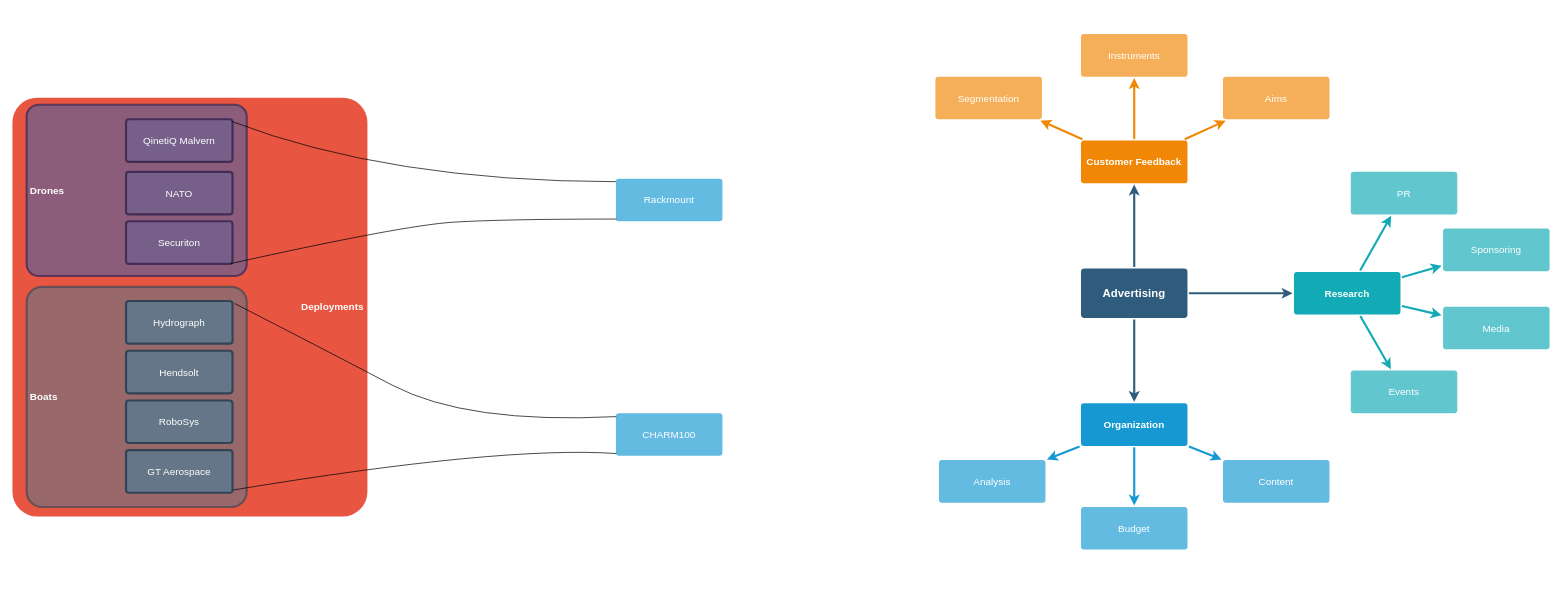
Before: ai_roadmap_mindmap.drawio in mj8ac/hello-world, a draw.io diagram. Source tidied: cells renumbered, new cells numbered last; positions are measured from the earlier drawing's top-left corner, leaving out a move shared by most shapes. Both pictures are drawn from the tidied source at 71%, with x=0, y=0 at pixel (12, 33).
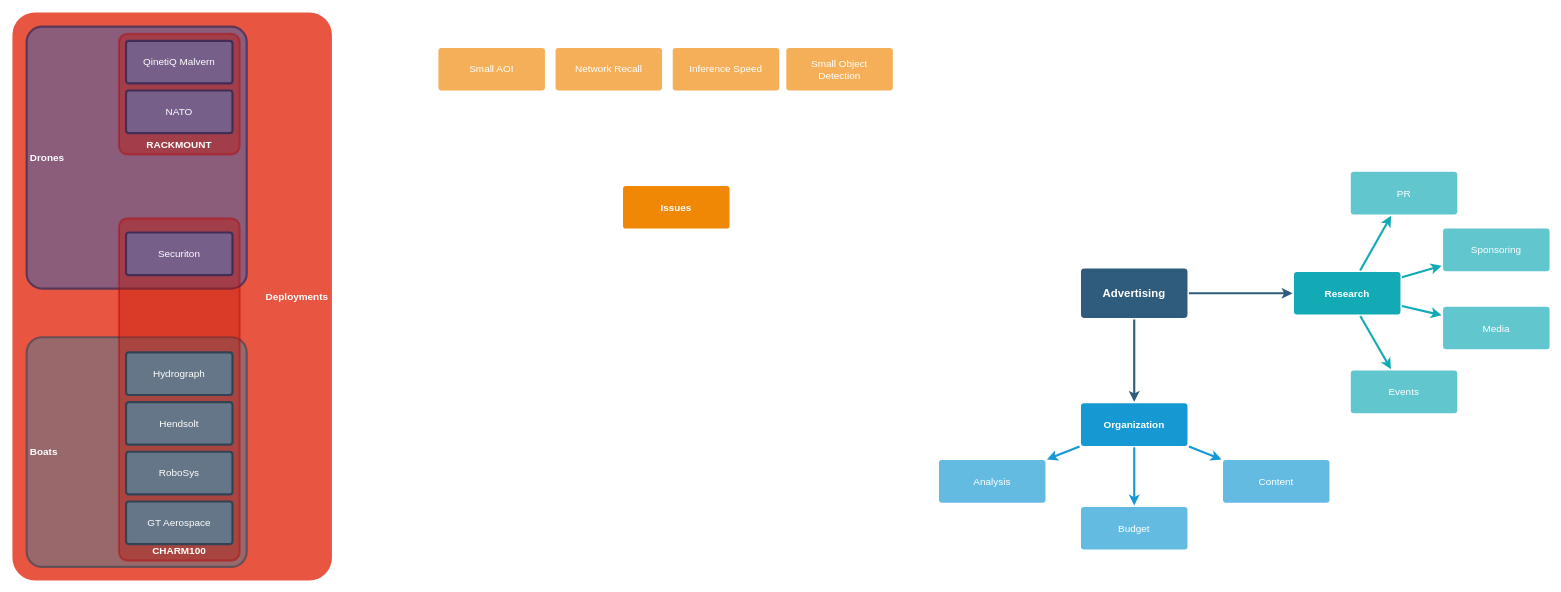
The same diagram, later.

The change refers to these unchanged cells:
```xml
<mxCell id="5" value="Advertising" style="rounded=1;whiteSpace=wrap;html=1;shadow=0;labelBackgroundColor=none;strokeColor=none;strokeWidth=3;fillColor=#2F5B7C;fontFamily=Helvetica;fontSize=16;fontColor=#FFFFFF;align=center;fontStyle=1;spacing=5;arcSize=7;perimeterSpacing=2;" parent="1" vertex="1">
  <mxGeometry x="1505" y="330.5" width="150" height="70" as="geometry" />
</mxCell>
```

The edit, as a diff of the source:
```diff
@@
-    <mxCell id="2" style="edgeStyle=none;rounded=0;jumpStyle=none;html=1;shadow=0;labelBackgroundColor=none;startArrow=none;startFill=0;endArrow=classic;endFill=1;jettySize=auto;strokeColor=#2F5B7C;strokeWidth=3;fontFamily=Helvetica;fontSize=16;fontColor=#23445D;spacing=5;" parent="1" edge="1" source="5" target="14">
-      <mxGeometry relative="1" as="geometry" />
-    </mxCell>
@@
     <mxCell id="6" value="Deployments" style="rounded=1;whiteSpace=wrap;html=1;shadow=0;labelBackgroundColor=none;strokeColor=none;strokeWidth=3;fillColor=#e85642;fontFamily=Helvetica;fontSize=14;fontColor=#FFFFFF;align=right;spacing=5;fontStyle=1;arcSize=7;perimeterSpacing=2;" parent="1" vertex="1">
-      <mxGeometry y="90" width="500" height="590" as="geometry" />
+      <mxGeometry y="-30" width="450" height="800" as="geometry" />
     </mxCell>
@@
-    <mxCell id="14" value="Customer Feedback" style="rounded=1;whiteSpace=wrap;html=1;shadow=0;labelBackgroundColor=none;strokeColor=none;strokeWidth=3;fillColor=#F08705;fontFamily=Helvetica;fontSize=14;fontColor=#FFFFFF;align=center;spacing=5;fontStyle=1;arcSize=7;perimeterSpacing=2;" parent="1" vertex="1">
-      <mxGeometry x="1505" y="150.5" width="150" height="60" as="geometry" />
+    <mxCell id="14" value="Issues" style="rounded=1;whiteSpace=wrap;html=1;shadow=0;labelBackgroundColor=none;strokeColor=none;strokeWidth=3;fillColor=#F08705;fontFamily=Helvetica;fontSize=14;fontColor=#FFFFFF;align=center;spacing=5;fontStyle=1;arcSize=7;perimeterSpacing=2;" parent="1" vertex="1">
+      <mxGeometry x="860" y="214.5" width="150" height="60" as="geometry" />
     </mxCell>
-    <mxCell id="15" value="Aims&lt;br&gt;" style="rounded=1;whiteSpace=wrap;html=1;shadow=0;labelBackgroundColor=none;strokeColor=none;strokeWidth=3;fillColor=#f5af58;fontFamily=Helvetica;fontSize=14;fontColor=#FFFFFF;align=center;spacing=5;arcSize=7;perimeterSpacing=2;" parent="1" vertex="1">
-      <mxGeometry x="1705" y="60.5" width="150" height="60" as="geometry" />
+    <mxCell id="15" value="Inference Speed" style="rounded=1;whiteSpace=wrap;html=1;shadow=0;labelBackgroundColor=none;strokeColor=none;strokeWidth=3;fillColor=#f5af58;fontFamily=Helvetica;fontSize=14;fontColor=#FFFFFF;align=center;spacing=5;arcSize=7;perimeterSpacing=2;" parent="1" vertex="1">
+      <mxGeometry x="930" y="20" width="150" height="60" as="geometry" />
     </mxCell>
-    <mxCell id="16" style="edgeStyle=none;rounded=0;jumpStyle=none;html=1;shadow=0;labelBackgroundColor=none;startArrow=none;startFill=0;endArrow=classic;endFill=1;jettySize=auto;strokeColor=#F08705;strokeWidth=3;fontFamily=Helvetica;fontSize=14;fontColor=#FFFFFF;spacing=5;" parent="1" edge="1" source="14" target="15">
-      <mxGeometry relative="1" as="geometry" />
-    </mxCell>
-    <mxCell id="17" value="Instruments" style="rounded=1;whiteSpace=wrap;html=1;shadow=0;labelBackgroundColor=none;strokeColor=none;strokeWidth=3;fillColor=#f5af58;fontFamily=Helvetica;fontSize=14;fontColor=#FFFFFF;align=center;spacing=5;arcSize=7;perimeterSpacing=2;" parent="1" vertex="1">
-      <mxGeometry x="1505" y="0.5" width="150" height="60" as="geometry" />
+    <mxCell id="17" value="Network Recall" style="rounded=1;whiteSpace=wrap;html=1;shadow=0;labelBackgroundColor=none;strokeColor=none;strokeWidth=3;fillColor=#f5af58;fontFamily=Helvetica;fontSize=14;fontColor=#FFFFFF;align=center;spacing=5;arcSize=7;perimeterSpacing=2;" parent="1" vertex="1">
+      <mxGeometry x="765" y="20" width="150" height="60" as="geometry" />
     </mxCell>
-    <mxCell id="18" style="edgeStyle=none;rounded=0;jumpStyle=none;html=1;shadow=0;labelBackgroundColor=none;startArrow=none;startFill=0;endArrow=classic;endFill=1;jettySize=auto;strokeColor=#F08705;strokeWidth=3;fontFamily=Helvetica;fontSize=14;fontColor=#FFFFFF;spacing=5;" parent="1" edge="1" source="14" target="17">
-      <mxGeometry relative="1" as="geometry" />
-    </mxCell>
-    <mxCell id="19" value="Segmentation" style="rounded=1;whiteSpace=wrap;html=1;shadow=0;labelBackgroundColor=none;strokeColor=none;strokeWidth=3;fillColor=#f5af58;fontFamily=Helvetica;fontSize=14;fontColor=#FFFFFF;align=center;spacing=5;arcSize=7;perimeterSpacing=2;" parent="1" vertex="1">
-      <mxGeometry x="1300" y="60.5" width="150" height="60" as="geometry" />
+    <mxCell id="19" value="Small AOI" style="rounded=1;whiteSpace=wrap;html=1;shadow=0;labelBackgroundColor=none;strokeColor=none;strokeWidth=3;fillColor=#f5af58;fontFamily=Helvetica;fontSize=14;fontColor=#FFFFFF;align=center;spacing=5;arcSize=7;perimeterSpacing=2;" parent="1" vertex="1">
+      <mxGeometry x="600" y="20" width="150" height="60" as="geometry" />
     </mxCell>
-    <mxCell id="20" style="edgeStyle=none;rounded=0;jumpStyle=none;html=1;shadow=0;labelBackgroundColor=none;startArrow=none;startFill=0;endArrow=classic;endFill=1;jettySize=auto;strokeColor=#F08705;strokeWidth=3;fontFamily=Helvetica;fontSize=14;fontColor=#FFFFFF;spacing=5;" parent="1" edge="1" source="14" target="19">
-      <mxGeometry relative="1" as="geometry" />
-    </mxCell>
@@
     <mxCell id="30" value="Drones" style="rounded=1;whiteSpace=wrap;html=1;shadow=0;labelBackgroundColor=none;strokeColor=#432D57;strokeWidth=3;fontFamily=Helvetica;fontSize=14;align=left;spacing=5;fontStyle=1;arcSize=7;perimeterSpacing=2;fillColor=#76608a;opacity=80;fontColor=#ffffff;" parent="1" vertex="1">
-      <mxGeometry x="20" y="100" width="310" height="241.2" as="geometry" />
+      <mxGeometry x="20" y="-10" width="310" height="369" as="geometry" />
     </mxCell>
-    <mxCell id="31" value="QinetiQ Malvern" style="rounded=1;whiteSpace=wrap;html=1;shadow=0;labelBackgroundColor=none;strokeColor=#432D57;strokeWidth=3;fillColor=#76608a;fontFamily=Helvetica;fontSize=14;fontColor=#ffffff;align=center;spacing=5;fontStyle=0;arcSize=7;perimeterSpacing=2;" parent="1" vertex="1">
-      <mxGeometry x="160" y="120.5" width="150" height="60" as="geometry" />
-    </mxCell>
-    <mxCell id="32" value="Securiton" style="rounded=1;whiteSpace=wrap;html=1;shadow=0;labelBackgroundColor=none;strokeColor=#432D57;strokeWidth=3;fillColor=#76608a;fontFamily=Helvetica;fontSize=14;fontColor=#ffffff;align=center;spacing=5;fontStyle=0;arcSize=7;perimeterSpacing=2;" parent="1" vertex="1">
-      <mxGeometry x="160" y="264.2" width="150" height="60" as="geometry" />
-    </mxCell>
-    <mxCell id="33" value="NATO" style="rounded=1;whiteSpace=wrap;html=1;shadow=0;labelBackgroundColor=none;strokeColor=#432D57;strokeWidth=3;fillColor=#76608a;fontFamily=Helvetica;fontSize=14;fontColor=#ffffff;align=center;spacing=5;fontStyle=0;arcSize=7;perimeterSpacing=2;" parent="1" vertex="1">
-      <mxGeometry x="160" y="194.5" width="150" height="60" as="geometry" />
-    </mxCell>
     <mxCell id="34" value="Boats" style="rounded=1;whiteSpace=wrap;html=1;shadow=0;labelBackgroundColor=none;strokeColor=#314354;strokeWidth=3;fontFamily=Helvetica;fontSize=14;align=left;spacing=5;fontStyle=1;arcSize=7;perimeterSpacing=2;fillColor=#647687;opacity=60;fontColor=#ffffff;" parent="1" vertex="1">
-      <mxGeometry x="20" y="356.5" width="310" height="310" as="geometry" />
+      <mxGeometry x="20" y="427.5" width="310" height="323.5" as="geometry" />
     </mxCell>
+    <mxCell id="39" value="CHARM100" style="rounded=1;whiteSpace=wrap;html=1;shadow=0;labelBackgroundColor=none;strokeColor=#B20000;strokeWidth=3;fontFamily=Helvetica;fontSize=14;align=center;spacing=5;fontStyle=1;arcSize=7;perimeterSpacing=2;opacity=40;fontColor=#ffffff;verticalAlign=bottom;fillColor=#C21100;" parent="1" vertex="1">
+      <mxGeometry x="150" y="260" width="170" height="482.2" as="geometry" />
+    </mxCell>
     <mxCell id="35" value="GT Aerospace" style="rounded=1;whiteSpace=wrap;html=1;shadow=0;labelBackgroundColor=none;strokeColor=#314354;strokeWidth=3;fillColor=#647687;fontFamily=Helvetica;fontSize=14;fontColor=#ffffff;align=center;spacing=5;fontStyle=0;arcSize=7;perimeterSpacing=2;" parent="1" vertex="1">
-      <mxGeometry x="160" y="586.5" width="150" height="60" as="geometry" />
+      <mxGeometry x="160" y="658.8" width="150" height="60" as="geometry" />
     </mxCell>
     <mxCell id="36" value="Hydrograph" style="rounded=1;whiteSpace=wrap;html=1;shadow=0;labelBackgroundColor=none;strokeColor=#314354;strokeWidth=3;fillColor=#647687;fontFamily=Helvetica;fontSize=14;fontColor=#ffffff;align=center;spacing=5;fontStyle=0;arcSize=7;perimeterSpacing=2;" parent="1" vertex="1">
-      <mxGeometry x="160" y="376.5" width="150" height="60" as="geometry" />
+      <mxGeometry x="160" y="448.8" width="150" height="60" as="geometry" />
     </mxCell>
     <mxCell id="37" value="Hendsolt" style="rounded=1;whiteSpace=wrap;html=1;shadow=0;labelBackgroundColor=none;strokeColor=#314354;strokeWidth=3;fillColor=#647687;fontFamily=Helvetica;fontSize=14;fontColor=#ffffff;align=center;spacing=5;fontStyle=0;arcSize=7;perimeterSpacing=2;" parent="1" vertex="1">
-      <mxGeometry x="160" y="446.5" width="150" height="60" as="geometry" />
+      <mxGeometry x="160" y="518.8" width="150" height="60" as="geometry" />
     </mxCell>
     <mxCell id="38" value="RoboSys" style="rounded=1;whiteSpace=wrap;html=1;shadow=0;labelBackgroundColor=none;strokeColor=#314354;strokeWidth=3;fillColor=#647687;fontFamily=Helvetica;fontSize=14;fontColor=#ffffff;align=center;spacing=5;fontStyle=0;arcSize=7;perimeterSpacing=2;" parent="1" vertex="1">
-      <mxGeometry x="160" y="516.5" width="150" height="60" as="geometry" />
+      <mxGeometry x="160" y="588.8" width="150" height="60" as="geometry" />
     </mxCell>
-    <mxCell id="39" value="CHARM100" style="rounded=1;whiteSpace=wrap;html=1;shadow=0;labelBackgroundColor=none;strokeColor=none;strokeWidth=3;fillColor=#64bbe2;fontFamily=Helvetica;fontSize=14;fontColor=#FFFFFF;align=center;spacing=5;arcSize=7;perimeterSpacing=2;" parent="1" vertex="1">
-      <mxGeometry x="850" y="534.5" width="150" height="60" as="geometry" />
-    </mxCell>
-    <mxCell id="40" value="Rackmount" style="rounded=1;whiteSpace=wrap;html=1;shadow=0;labelBackgroundColor=none;strokeColor=none;strokeWidth=3;fillColor=#64bbe2;fontFamily=Helvetica;fontSize=14;fontColor=#FFFFFF;align=center;spacing=5;arcSize=7;perimeterSpacing=2;" parent="1" vertex="1">
-      <mxGeometry x="850" y="204.2" width="150" height="60" as="geometry" />
-    </mxCell>
-    <mxCell id="41" style="curved=1;endArrow=none;html=1;exitX=1.005;exitY=0.084;exitDx=0;exitDy=0;exitPerimeter=0;entryX=0.016;entryY=0.106;entryDx=0;entryDy=0;entryPerimeter=0;endFill=0;" parent="1" edge="1" source="36" target="39">
-      <mxGeometry relative="1" as="geometry">
-        <Array as="points">
-          <mxPoint x="430" y="440" />
-          <mxPoint x="640" y="550" />
-        </Array>
-      </mxGeometry>
-    </mxCell>
-    <mxCell id="42" style="curved=1;endArrow=none;html=1;entryX=0.016;entryY=0.919;entryDx=0;entryDy=0;entryPerimeter=0;endFill=0;exitX=0.99;exitY=0.91;exitDx=0;exitDy=0;exitPerimeter=0;" parent="1" edge="1" source="35" target="39">
-      <mxGeometry relative="1" as="geometry">
-        <Array as="points">
-          <mxPoint x="690" y="580" />
-        </Array>
-      </mxGeometry>
-    </mxCell>
-    <mxCell id="43" style="curved=1;endArrow=none;html=1;fillColor=#76608A;exitX=0.986;exitY=0.084;exitDx=0;exitDy=0;exitPerimeter=0;entryX=0.012;entryY=0.097;entryDx=0;entryDy=0;entryPerimeter=0;endFill=0;" parent="1" edge="1" source="31" target="40">
-      <mxGeometry relative="1" as="geometry">
-        <Array as="points">
-          <mxPoint x="530" y="208" />
-        </Array>
-      </mxGeometry>
-    </mxCell>
-    <mxCell id="44" style="curved=1;endArrow=none;html=1;fillColor=#76608A;exitX=0.968;exitY=0.963;exitDx=0;exitDy=0;exitPerimeter=0;entryX=0.019;entryY=0.919;entryDx=0;entryDy=0;entryPerimeter=0;endFill=0;" parent="1" edge="1" source="32" target="40">
-      <mxGeometry relative="1" as="geometry">
-        <Array as="points">
-          <mxPoint x="550" y="270" />
-          <mxPoint x="690" y="261" />
-        </Array>
-      </mxGeometry>
-    </mxCell>
+    <mxCell id="45" value="RACKMOUNT" style="rounded=1;whiteSpace=wrap;html=1;shadow=0;labelBackgroundColor=none;strokeColor=#B20000;strokeWidth=3;fontFamily=Helvetica;fontSize=14;align=center;spacing=5;fontStyle=1;arcSize=7;perimeterSpacing=2;opacity=40;fontColor=#ffffff;verticalAlign=bottom;fillColor=#C21100;" parent="1" vertex="1">
+      <mxGeometry x="150" width="170" height="170" as="geometry" />
+    </mxCell>
+    <mxCell id="31" value="QinetiQ Malvern" style="rounded=1;whiteSpace=wrap;html=1;shadow=0;labelBackgroundColor=none;strokeColor=#432D57;strokeWidth=3;fillColor=#76608a;fontFamily=Helvetica;fontSize=14;fontColor=#ffffff;align=center;spacing=5;fontStyle=0;arcSize=7;perimeterSpacing=2;" parent="1" vertex="1">
+      <mxGeometry x="160" y="10" width="150" height="60" as="geometry" />
+    </mxCell>
+    <mxCell id="32" value="Securiton" style="rounded=1;whiteSpace=wrap;html=1;shadow=0;labelBackgroundColor=none;strokeColor=#432D57;strokeWidth=3;fillColor=#76608a;fontFamily=Helvetica;fontSize=14;fontColor=#ffffff;align=center;spacing=5;fontStyle=0;arcSize=7;perimeterSpacing=2;" parent="1" vertex="1">
+      <mxGeometry x="160" y="280" width="150" height="60" as="geometry" />
+    </mxCell>
+    <mxCell id="33" value="NATO" style="rounded=1;whiteSpace=wrap;html=1;shadow=0;labelBackgroundColor=none;strokeColor=#432D57;strokeWidth=3;fillColor=#76608a;fontFamily=Helvetica;fontSize=14;fontColor=#ffffff;align=center;spacing=5;fontStyle=0;arcSize=7;perimeterSpacing=2;" parent="1" vertex="1">
+      <mxGeometry x="160" y="80" width="150" height="60" as="geometry" />
+    </mxCell>
+    <mxCell id="46" value="Small Object Detection" style="rounded=1;whiteSpace=wrap;html=1;shadow=0;labelBackgroundColor=none;strokeColor=none;strokeWidth=3;fillColor=#f5af58;fontFamily=Helvetica;fontSize=14;fontColor=#FFFFFF;align=center;spacing=5;arcSize=7;perimeterSpacing=2;" parent="1" vertex="1">
+      <mxGeometry x="1090" y="20" width="150" height="60" as="geometry" />
+    </mxCell>
```
